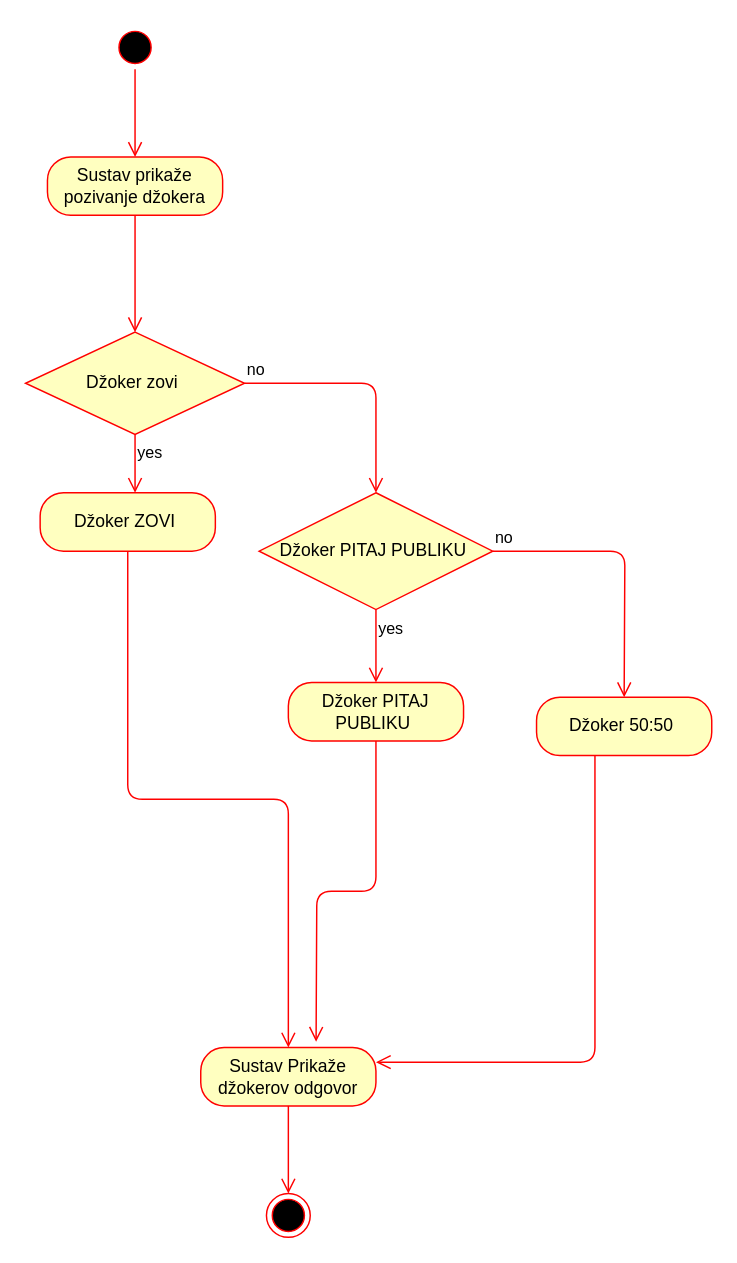
Before: page "Activity: Džoker" (8 of 8) of UML_Diagrami.drawio in Kristian383/upi-projekt, a draw.io diagram. Source tidied: cells renumbered, new cells numbered last; positions are measured from the earlier drawing's top-left corner, leaving out a move shared by most shapes. Both pictures are drawn from the tidied source at 146%, with x=0, y=0 at pixel (25, 25).
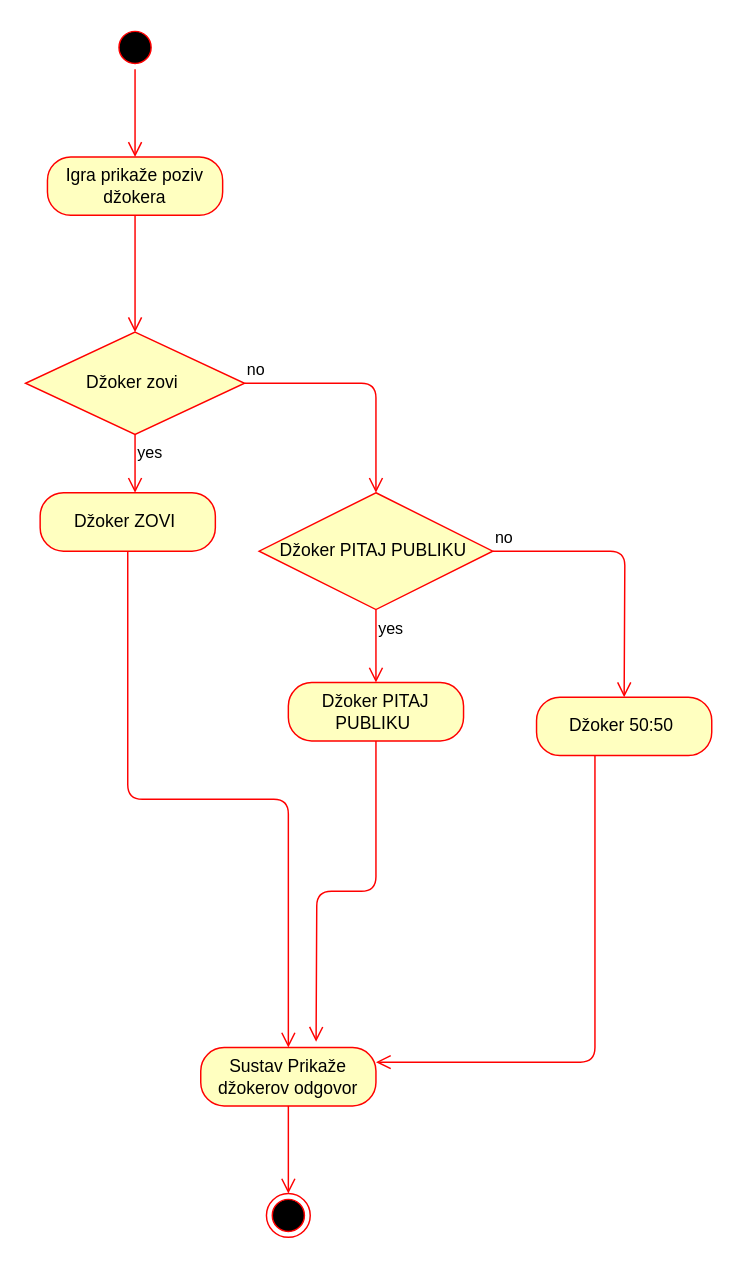
After the change.

What changed in the source:
```diff
@@
-    <mxCell id="4" value="Sustav prikaže pozivanje džokera" style="rounded=1;whiteSpace=wrap;html=1;arcSize=40;fontColor=#000000;fillColor=#ffffc0;strokeColor=#ff0000;" parent="1" vertex="1">
+    <mxCell id="4" value="Igra prikaže poziv džokera" style="rounded=1;whiteSpace=wrap;html=1;arcSize=40;fontColor=#000000;fillColor=#ffffc0;strokeColor=#ff0000;" parent="1" vertex="1">
       <mxGeometry x="15" y="90" width="120" height="40" as="geometry" />
     </mxCell>
```
